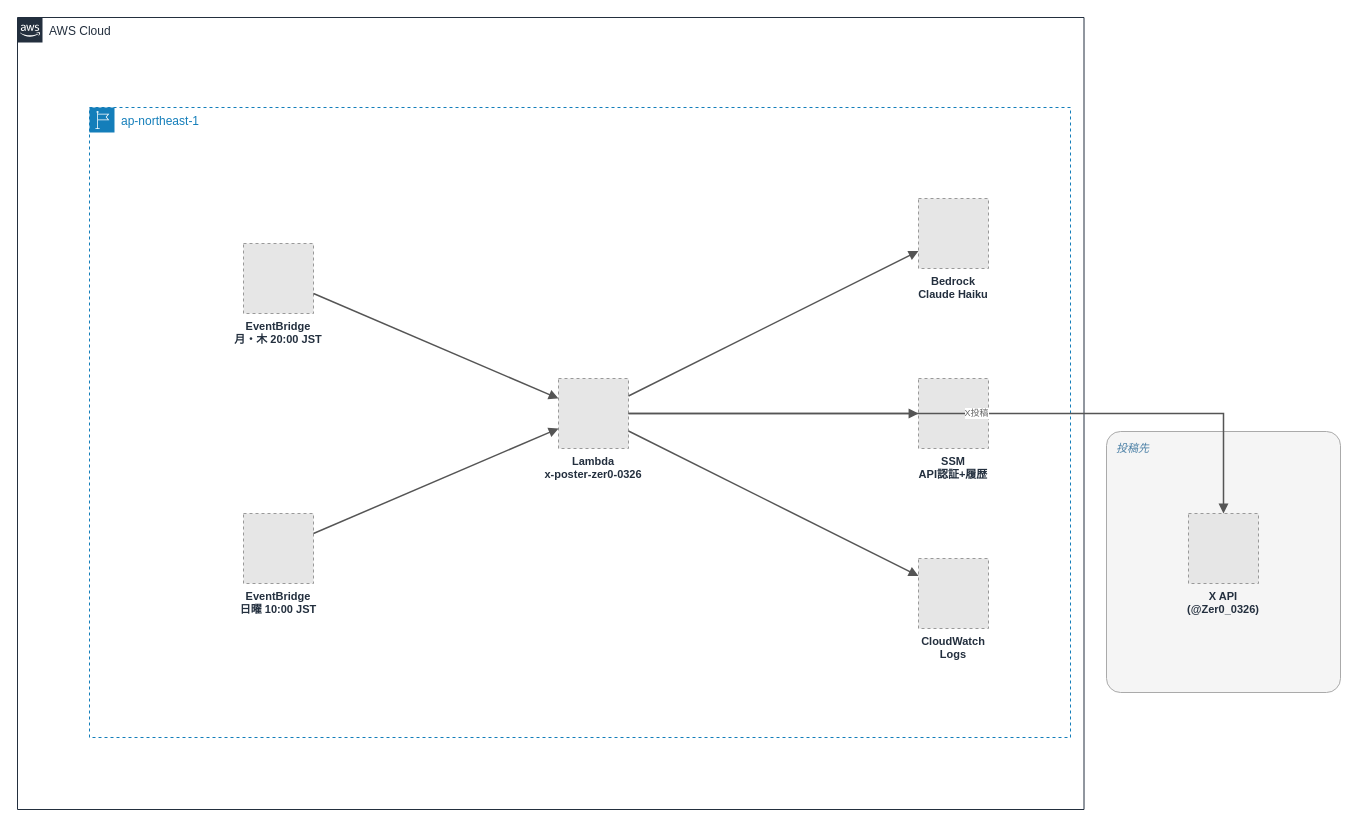
This is 003_x-poster-zer0-0326/images/003_architecture.drawio from Zer0-1179/Zer0-public, a draw.io file, before an edit. Source tidied: cells renumbered, new cells numbered last; positions are measured from the earlier drawing's top-left corner, leaving out a move shared by most shapes. Both pictures are drawn from the tidied source at 100%, with x=0, y=0 at pixel (17, 17). Pictures stored in the file or linked from it are replaced by grey dashed boxes.
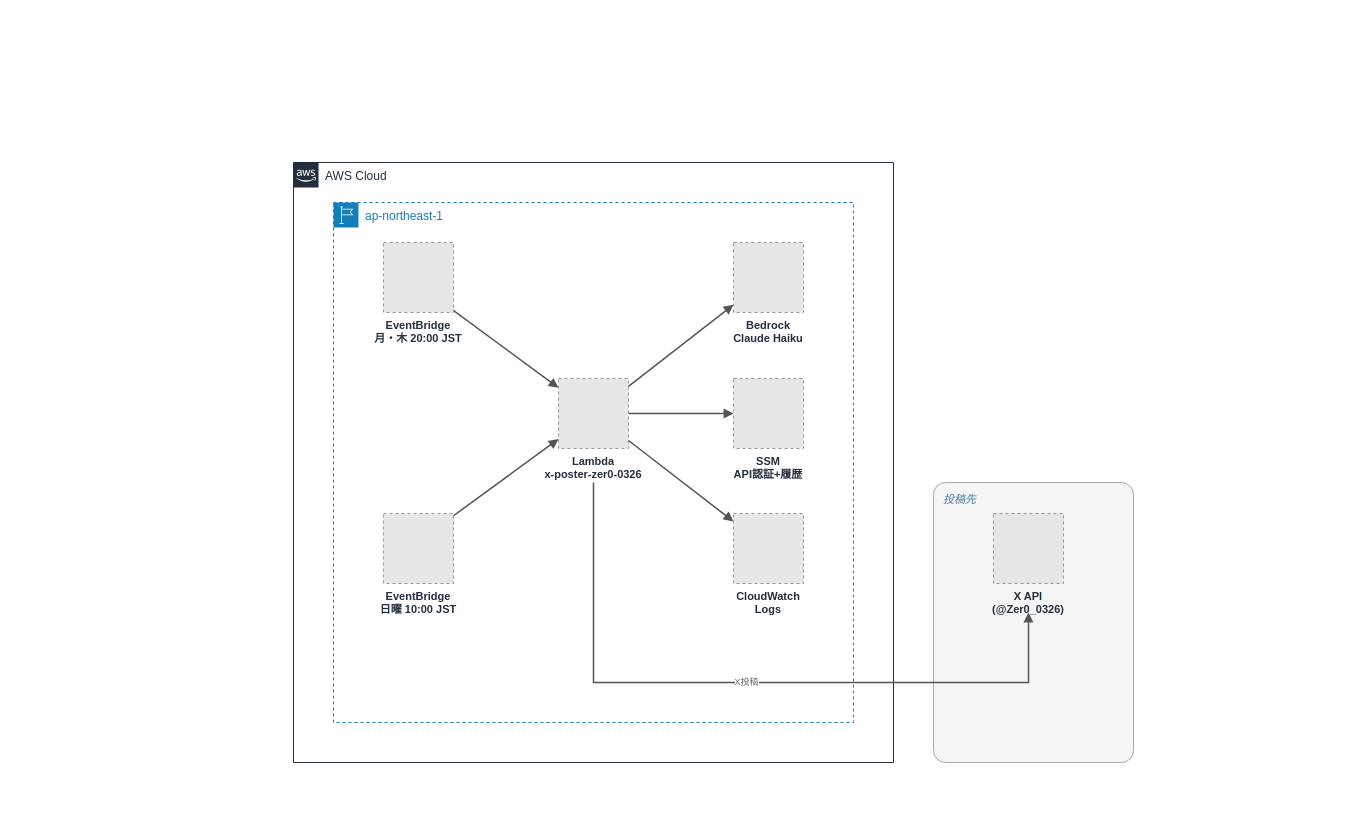
The same page after the edit.

Unchanged cells that the change refers to:
```xml
<mxCell id="7" value="Lambda&#10;x-poster-zer0-0326" style="fillColor=#E6E6E6;strokeColor=#999999;dashed=1;verticalLabelPosition=bottom;verticalAlign=top;labelBackgroundColor=none;fontSize=11;fontStyle=1;fontColor=#232F3E;" parent="1" vertex="1">
  <mxGeometry x="541" y="361" width="70" height="70" as="geometry" />
</mxCell>
```

Change to the diagram source:
```diff
@@
     <mxCell id="2" value="AWS Cloud" style="gradientColor=none;html=1;whiteSpace=wrap;fontSize=12;fontStyle=0;shape=mxgraph.aws4.group;grIcon=mxgraph.aws4.group_aws_cloud_alt;strokeColor=#232F3E;fillColor=none;verticalAlign=top;align=left;spacingLeft=30;fontColor=#232F3E;dashed=0;" parent="1" vertex="1">
-      <mxGeometry width="1066.5" height="792" as="geometry" />
+      <mxGeometry x="276" y="145" width="600" height="600" as="geometry" />
     </mxCell>
     <mxCell id="3" value="投稿先" style="rounded=1;arcSize=6;whiteSpace=wrap;html=1;fillColor=#F5F5F5;strokeColor=#AAAAAA;verticalAlign=top;align=left;spacingLeft=8;spacingTop=4;fontColor=#4A7FA5;fontStyle=2;fontSize=11;" parent="1" vertex="1">
-      <mxGeometry x="1089" y="414" width="234" height="261" as="geometry" />
+      <mxGeometry x="916" y="465" width="200" height="280" as="geometry" />
     </mxCell>
-    <mxCell id="4" value="ap-northeast-1" style="gradientColor=none;html=1;whiteSpace=wrap;fontSize=12;fontStyle=0;shape=mxgraph.aws4.group;grIcon=mxgraph.aws4.group_region;strokeColor=#147EBA;fillColor=none;verticalAlign=top;align=left;spacingLeft=30;fontColor=#147EBA;dashed=1;" parent="2" vertex="1">
-      <mxGeometry x="72" y="90" width="981" height="630" as="geometry" />
-    </mxCell>
-    <mxCell id="5" value="EventBridge&#10;月・木 20:00 JST" style="fillColor=#E6E6E6;strokeColor=#999999;dashed=1;verticalLabelPosition=bottom;verticalAlign=top;labelBackgroundColor=none;fontSize=11;fontStyle=1;fontColor=#232F3E;" parent="1" vertex="1">
-      <mxGeometry x="226" y="226" width="70" height="70" as="geometry" />
-    </mxCell>
-    <mxCell id="6" value="EventBridge&#10;日曜 10:00 JST" style="fillColor=#E6E6E6;strokeColor=#999999;dashed=1;verticalLabelPosition=bottom;verticalAlign=top;labelBackgroundColor=none;fontSize=11;fontStyle=1;fontColor=#232F3E;" parent="1" vertex="1">
-      <mxGeometry x="226" y="496" width="70" height="70" as="geometry" />
-    </mxCell>
@@
-    <mxCell id="8" value="Bedrock&#10;Claude Haiku" style="fillColor=#E6E6E6;strokeColor=#999999;dashed=1;verticalLabelPosition=bottom;verticalAlign=top;labelBackgroundColor=none;fontSize=11;fontStyle=1;fontColor=#232F3E;" parent="1" vertex="1">
-      <mxGeometry x="901" y="181" width="70" height="70" as="geometry" />
-    </mxCell>
-    <mxCell id="9" value="SSM&#10;API認証+履歴" style="fillColor=#E6E6E6;strokeColor=#999999;dashed=1;verticalLabelPosition=bottom;verticalAlign=top;labelBackgroundColor=none;fontSize=11;fontStyle=1;fontColor=#232F3E;" parent="1" vertex="1">
-      <mxGeometry x="901" y="361" width="70" height="70" as="geometry" />
-    </mxCell>
-    <mxCell id="10" value="CloudWatch&#10;Logs" style="fillColor=#E6E6E6;strokeColor=#999999;dashed=1;verticalLabelPosition=bottom;verticalAlign=top;labelBackgroundColor=none;fontSize=11;fontStyle=1;fontColor=#232F3E;" parent="1" vertex="1">
-      <mxGeometry x="901" y="541" width="70" height="70" as="geometry" />
-    </mxCell>
     <mxCell id="11" value="X API&#10;(@Zer0_0326)" style="fillColor=#E6E6E6;strokeColor=#999999;dashed=1;verticalLabelPosition=bottom;verticalAlign=top;labelBackgroundColor=none;fontSize=11;fontStyle=1;fontColor=#232F3E;" parent="1" vertex="1">
-      <mxGeometry x="1171" y="496" width="70" height="70" as="geometry" />
+      <mxGeometry x="976" y="496" width="70" height="70" as="geometry" />
     </mxCell>
-    <mxCell id="12" style="endArrow=block;html=1;rounded=0;edgeStyle=none;strokeColor=#555555;strokeWidth=1.5;fontSize=9;fontColor=#666666;labelBackgroundColor=#FFFFFF;" parent="1" edge="1" source="5" target="7">
-      <mxGeometry relative="1" as="geometry" />
+    <mxCell id="12" style="endArrow=block;html=1;rounded=0;edgeStyle=none;strokeColor=#555555;strokeWidth=1.5;fontSize=9;fontColor=#666666;labelBackgroundColor=#FFFFFF;" parent="1" edge="1" target="7">
+      <mxGeometry relative="1" as="geometry">
+        <mxPoint x="426" y="285.7" as="sourcePoint" />
+      </mxGeometry>
     </mxCell>
-    <mxCell id="13" style="endArrow=block;html=1;rounded=0;edgeStyle=none;strokeColor=#555555;strokeWidth=1.5;fontSize=9;fontColor=#666666;labelBackgroundColor=#FFFFFF;" parent="1" edge="1" source="6" target="7">
-      <mxGeometry relative="1" as="geometry" />
+    <mxCell id="13" style="endArrow=block;html=1;rounded=0;edgeStyle=none;strokeColor=#555555;strokeWidth=1.5;fontSize=9;fontColor=#666666;labelBackgroundColor=#FFFFFF;" parent="1" edge="1" target="7">
+      <mxGeometry relative="1" as="geometry">
+        <mxPoint x="426" y="505.5" as="sourcePoint" />
+      </mxGeometry>
     </mxCell>
-    <mxCell id="14" style="endArrow=block;html=1;rounded=0;edgeStyle=none;strokeColor=#555555;strokeWidth=1.5;fontSize=9;fontColor=#666666;labelBackgroundColor=#FFFFFF;" parent="1" edge="1" source="7" target="8">
-      <mxGeometry relative="1" as="geometry" />
+    <mxCell id="14" style="endArrow=block;html=1;rounded=0;edgeStyle=none;strokeColor=#555555;strokeWidth=1.5;fontSize=9;fontColor=#666666;labelBackgroundColor=#FFFFFF;" parent="1" edge="1" source="7">
+      <mxGeometry relative="1" as="geometry">
+        <mxPoint x="716" y="287.2" as="targetPoint" />
+      </mxGeometry>
     </mxCell>
-    <mxCell id="15" style="endArrow=block;html=1;rounded=0;edgeStyle=none;strokeColor=#555555;strokeWidth=1.5;fontSize=9;fontColor=#666666;labelBackgroundColor=#FFFFFF;" parent="1" edge="1" source="7" target="9">
-      <mxGeometry relative="1" as="geometry" />
+    <mxCell id="15" style="endArrow=block;html=1;rounded=0;edgeStyle=none;strokeColor=#555555;strokeWidth=1.5;fontSize=9;fontColor=#666666;labelBackgroundColor=#FFFFFF;" parent="1" edge="1" source="7">
+      <mxGeometry relative="1" as="geometry">
+        <mxPoint x="716" y="396" as="targetPoint" />
+      </mxGeometry>
     </mxCell>
-    <mxCell id="16" style="endArrow=block;html=1;rounded=0;edgeStyle=none;strokeColor=#555555;strokeWidth=1.5;fontSize=9;fontColor=#666666;labelBackgroundColor=#FFFFFF;" parent="1" edge="1" source="7" target="10">
-      <mxGeometry relative="1" as="geometry" />
+    <mxCell id="16" style="endArrow=block;html=1;rounded=0;edgeStyle=none;strokeColor=#555555;strokeWidth=1.5;fontSize=9;fontColor=#666666;labelBackgroundColor=#FFFFFF;" parent="1" edge="1" source="7">
+      <mxGeometry relative="1" as="geometry">
+        <mxPoint x="716" y="504" as="targetPoint" />
+      </mxGeometry>
     </mxCell>
-    <mxCell id="17" value="X投稿" style="endArrow=block;html=1;rounded=0;edgeStyle=orthogonalEdgeStyle;strokeColor=#555555;strokeWidth=1.5;fontSize=9;fontColor=#666666;labelBackgroundColor=#FFFFFF;" parent="1" edge="1" source="7" target="11">
-      <mxGeometry relative="1" as="geometry" />
+    <mxCell id="17" value="X投稿" style="endArrow=block;html=1;rounded=0;edgeStyle=orthogonalEdgeStyle;strokeColor=#555555;strokeWidth=1.5;fontSize=9;fontColor=#666666;labelBackgroundColor=#FFFFFF;" parent="1" edge="1">
+      <mxGeometry relative="1" as="geometry">
+        <mxPoint x="576" y="465" as="sourcePoint" />
+        <mxPoint x="1011" y="595" as="targetPoint" />
+        <Array as="points">
+          <mxPoint x="576" y="665" />
+          <mxPoint x="1011" y="665" />
+        </Array>
+      </mxGeometry>
     </mxCell>
+    <mxCell id="4" value="ap-northeast-1" style="gradientColor=none;html=1;whiteSpace=wrap;fontSize=12;fontStyle=0;shape=mxgraph.aws4.group;grIcon=mxgraph.aws4.group_region;strokeColor=#147EBA;fillColor=none;verticalAlign=top;align=left;spacingLeft=30;fontColor=#147EBA;dashed=1;" parent="1" vertex="1">
+      <mxGeometry x="316" y="185" width="520" height="520" as="geometry" />
+    </mxCell>
+    <mxCell id="10" value="CloudWatch&#10;Logs" style="fillColor=#E6E6E6;strokeColor=#999999;dashed=1;verticalLabelPosition=bottom;verticalAlign=top;labelBackgroundColor=none;fontSize=11;fontStyle=1;fontColor=#232F3E;" parent="1" vertex="1">
+      <mxGeometry x="716" y="496" width="70" height="70" as="geometry" />
+    </mxCell>
+    <mxCell id="9" value="SSM&#10;API認証+履歴" style="fillColor=#E6E6E6;strokeColor=#999999;dashed=1;verticalLabelPosition=bottom;verticalAlign=top;labelBackgroundColor=none;fontSize=11;fontStyle=1;fontColor=#232F3E;" parent="1" vertex="1">
+      <mxGeometry x="716" y="361" width="70" height="70" as="geometry" />
+    </mxCell>
+    <mxCell id="8" value="Bedrock&#10;Claude Haiku" style="fillColor=#E6E6E6;strokeColor=#999999;dashed=1;verticalLabelPosition=bottom;verticalAlign=top;labelBackgroundColor=none;fontSize=11;fontStyle=1;fontColor=#232F3E;" parent="1" vertex="1">
+      <mxGeometry x="716" y="225" width="70" height="70" as="geometry" />
+    </mxCell>
+    <mxCell id="5" value="EventBridge&#10;月・木 20:00 JST" style="fillColor=#E6E6E6;strokeColor=#999999;dashed=1;verticalLabelPosition=bottom;verticalAlign=top;labelBackgroundColor=none;fontSize=11;fontStyle=1;fontColor=#232F3E;" parent="1" vertex="1">
+      <mxGeometry x="366" y="225" width="70" height="70" as="geometry" />
+    </mxCell>
+    <mxCell id="6" value="EventBridge&#10;日曜 10:00 JST" style="fillColor=#E6E6E6;strokeColor=#999999;dashed=1;verticalLabelPosition=bottom;verticalAlign=top;labelBackgroundColor=none;fontSize=11;fontStyle=1;fontColor=#232F3E;" parent="1" vertex="1">
+      <mxGeometry x="366" y="496" width="70" height="70" as="geometry" />
+    </mxCell>
```
